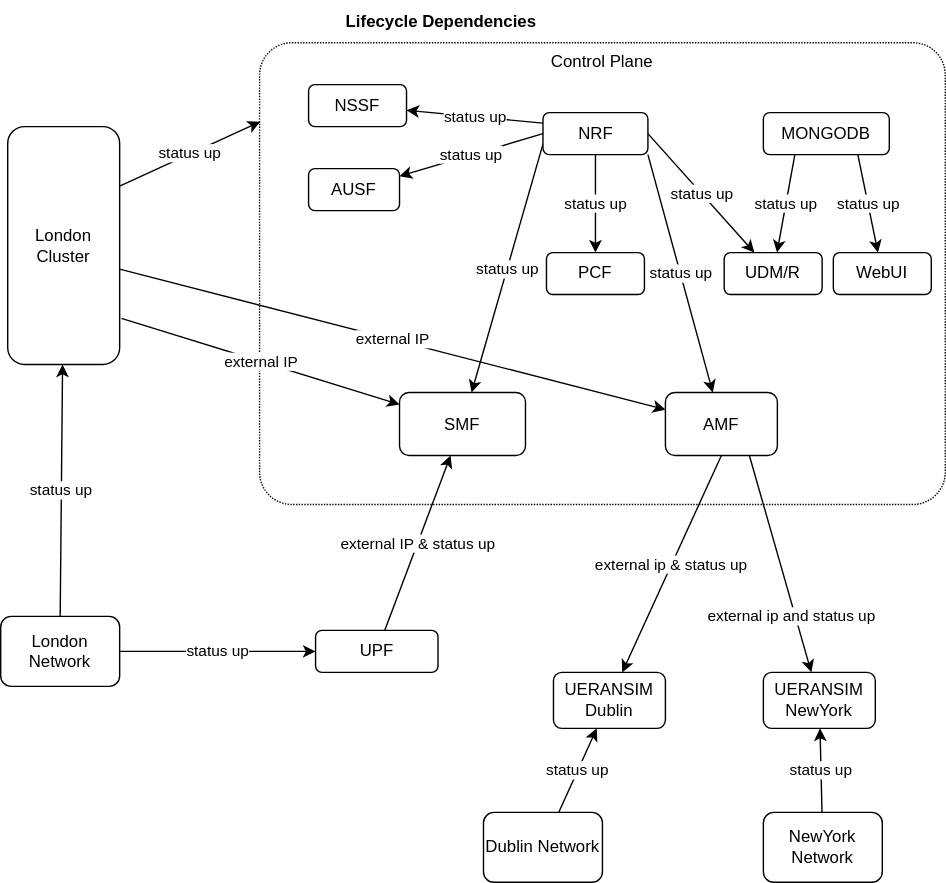
Above: drawings/lifecycle/free5gc-sequence.drawio.svg in LeegenSteven/NetworkAgent-dev (draw.io), before the change. Source tidied: cells renumbered, new cells last; positions are measured from the earlier drawing's top-left corner, leaving out a move shared by most shapes.
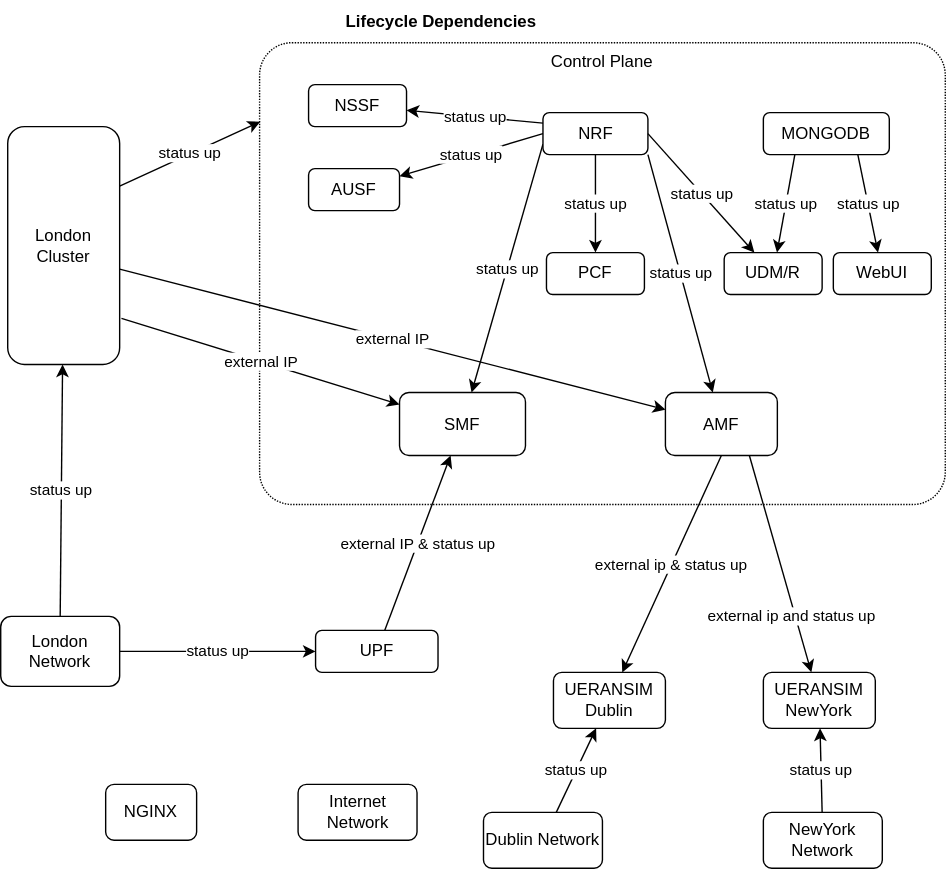
After the change.

Diff of the diagram source:
```diff
@@ -97,7 +97,7 @@
       <mxGeometry x="595" y="180" width="70" height="30" as="geometry" />
     </mxCell>
     <mxCell id="32" value="Dublin Network" style="rounded=1;whiteSpace=wrap;html=1;verticalAlign=middle;" parent="1" vertex="1">
-      <mxGeometry x="345" y="580" width="85" height="50" as="geometry" />
+      <mxGeometry x="345" y="580" width="85" height="40" as="geometry" />
     </mxCell>
     <mxCell id="33" value="London Network" style="rounded=1;whiteSpace=wrap;html=1;verticalAlign=middle;" parent="1" vertex="1">
       <mxGeometry y="440" width="85" height="50" as="geometry" />
@@ -112,7 +112,13 @@
       <mxGeometry x="545" y="480" width="80" height="40" as="geometry" />
     </mxCell>
     <mxCell id="37" value="NewYork Network" style="rounded=1;whiteSpace=wrap;html=1;verticalAlign=middle;" parent="1" vertex="1">
-      <mxGeometry x="545" y="580" width="85" height="50" as="geometry" />
+      <mxGeometry x="545" y="580" width="85" height="40" as="geometry" />
     </mxCell>
+    <mxCell id="38" value="NGINX" style="rounded=1;whiteSpace=wrap;html=1;verticalAlign=middle;" parent="1" vertex="1">
+      <mxGeometry x="75" y="560" width="65" height="40" as="geometry" />
+    </mxCell>
+    <mxCell id="39" value="Internet Network" style="rounded=1;whiteSpace=wrap;html=1;verticalAlign=middle;" parent="1" vertex="1">
+      <mxGeometry x="212.5" y="560" width="85" height="40" as="geometry" />
+    </mxCell>
   </root>
 </mxGraphModel>
```
